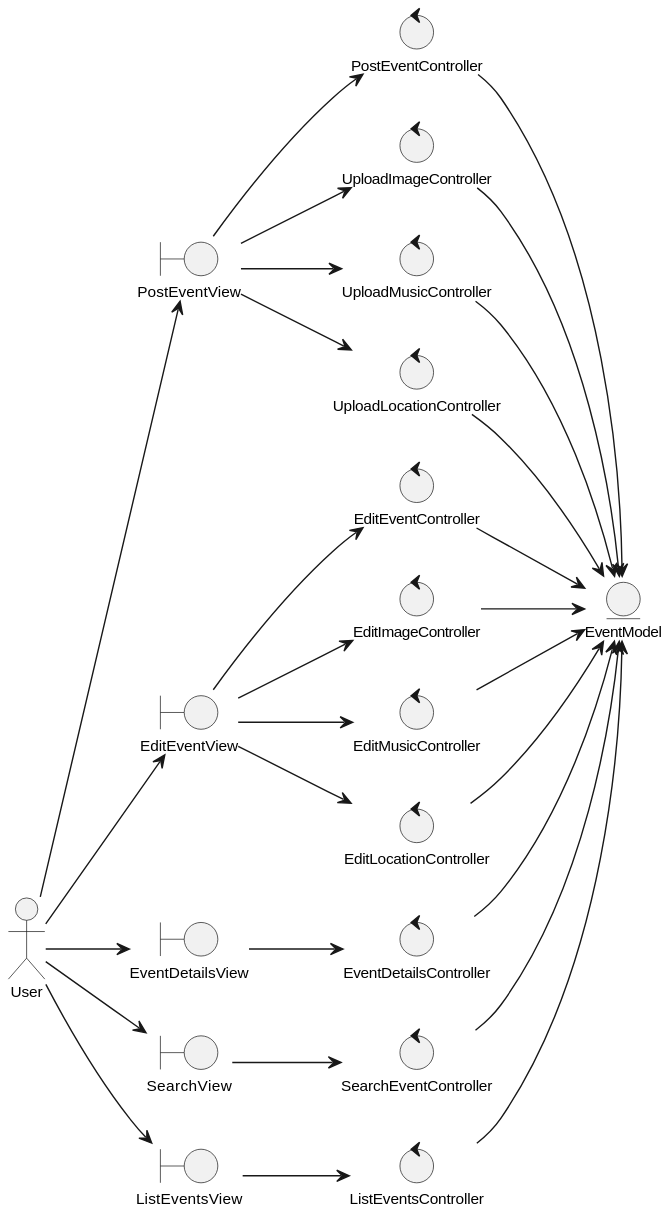
This is Análisis/Clases de Análisis/diagramas/analysisClassDiagramEventsManagements.svg from valeraruggierotesisucv/tesis-frameworks-mobile-diagrams, a PlantUML export, as it was before one commit.
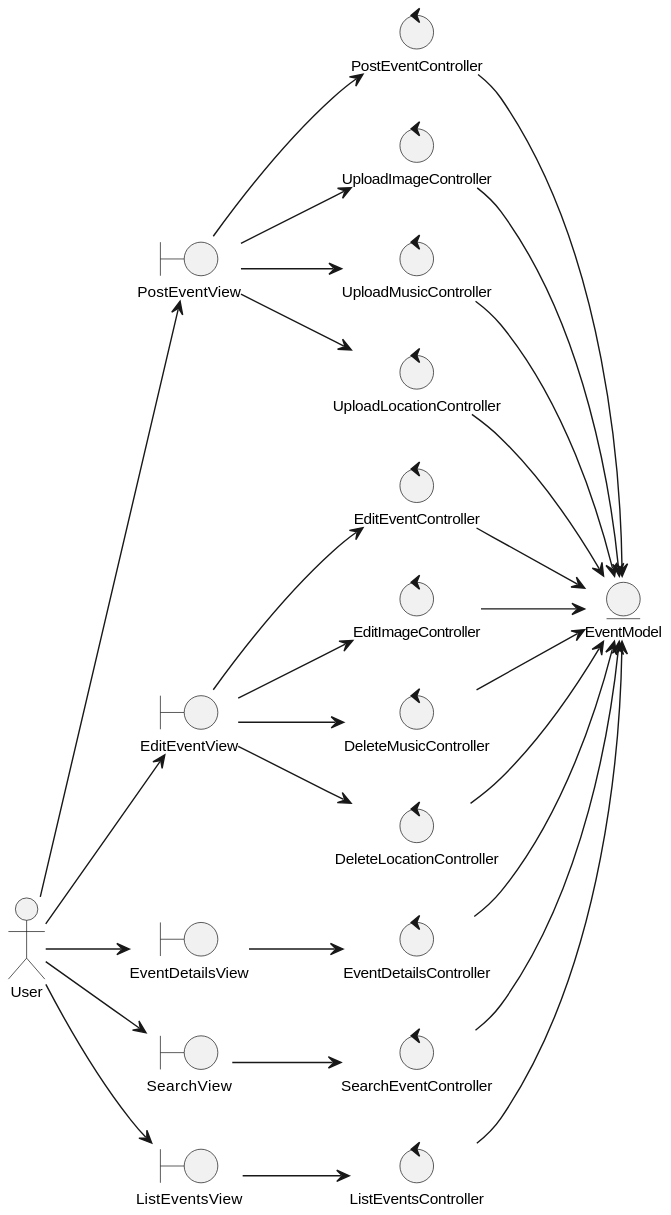
Later version of the same file.

Commit message:
diagramas actualizados

Diff of the diagram source:
```diff
@@ -20,8 +20,8 @@
 control "UploadLocationController" as uploadLocationController
 control "EditEventController" as editEventController
 control "EditImageController" as editImageController
-control "EditMusicController" as editMusicController
-control "EditLocationController" as editLocationController
+control "DeleteMusicController" as deleteMusicController
+control "DeleteLocationController" as deleteLocationController
 control "EventDetailsController" as eventDetailsController
 control "SearchEventController" as searchEventController
 control "ListEventsController" as listEventsController
@@ -38,8 +38,8 @@
 postEventView --> uploadLocationController
 editEventView --> editEventController
 editEventView --> editImageController
-editEventView --> editMusicController
-editEventView --> editLocationController
+editEventView --> deleteMusicController
+editEventView --> deleteLocationController
 eventDetailsView --> eventDetailsController
 searchView --> searchEventController
 listEventsView --> listEventsController
@@ -49,8 +49,8 @@
 uploadMusicController --> eventModel
 uploadLocationController --> eventModel
 editImageController --> eventModel
-editMusicController --> eventModel
-editLocationController --> eventModel
+deleteMusicController --> eventModel
+deleteLocationController --> eventModel
 editEventController --> eventModel
 eventDetailsController --> eventModel
 searchEventController --> eventModel
```
